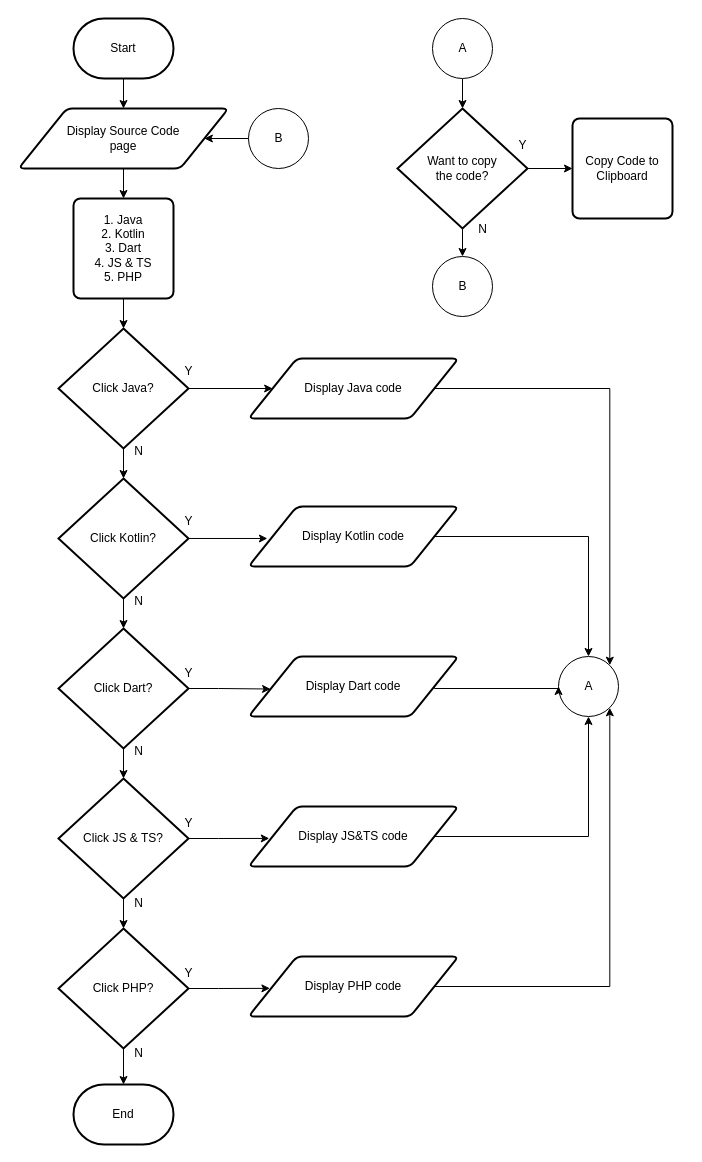
Above: page "Page - SC for Member" (9 of 14) of KP2.drawio in dapzz-id/DrawIO (draw.io), before the change. Source tidied: cells renumbered, new cells numbered last; positions are measured from the earlier drawing's top-left corner, leaving out a move shared by most shapes. Both pictures are drawn from the tidied source at 100%, with x=0, y=0 at pixel (18, 18).
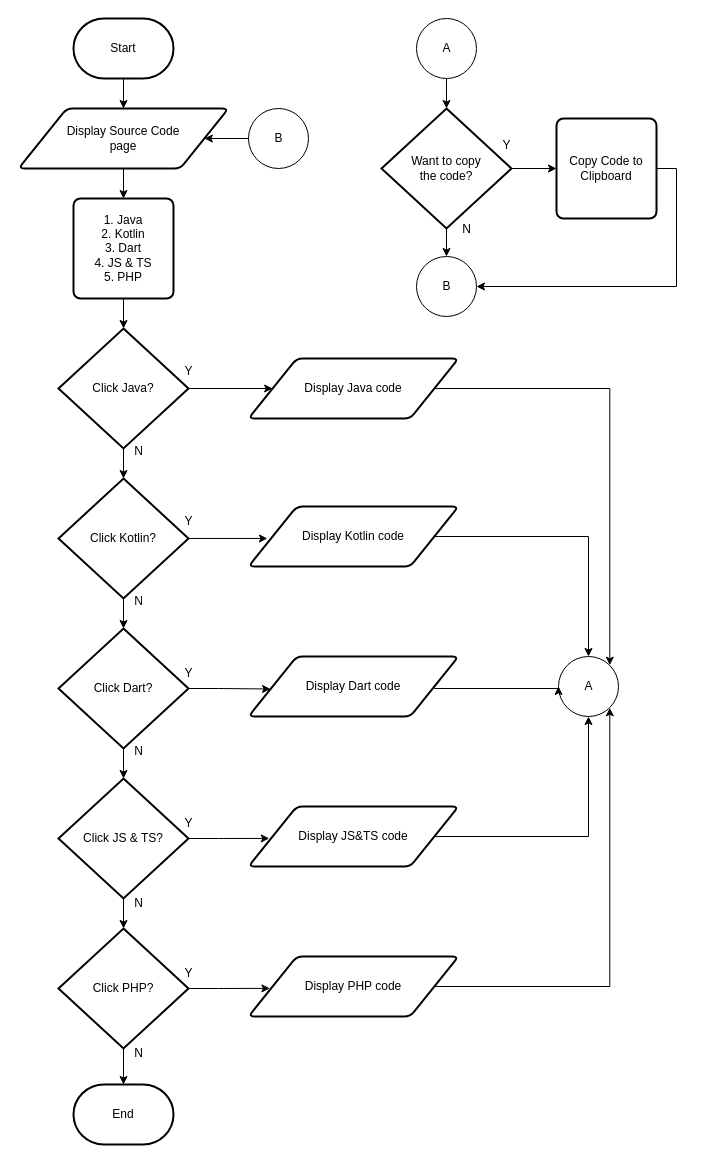
The same page after the edit.

What changed in the source:
```diff
@@
     <mxCell id="46" value="A" style="verticalLabelPosition=middle;verticalAlign=middle;html=1;shape=mxgraph.flowchart.on-page_reference;labelPosition=center;align=center;" parent="1" vertex="1">
-      <mxGeometry x="414" width="60" height="60" as="geometry" />
+      <mxGeometry x="398" width="60" height="60" as="geometry" />
     </mxCell>
@@
     <mxCell id="51" value="Want to copy&lt;div&gt;&lt;span style=&quot;background-color: transparent; color: light-dark(rgb(0, 0, 0), rgb(255, 255, 255));&quot;&gt;the code?&lt;/span&gt;&lt;/div&gt;" style="strokeWidth=2;html=1;shape=mxgraph.flowchart.decision;whiteSpace=wrap;" parent="1" vertex="1">
-      <mxGeometry x="379" y="90" width="130" height="120" as="geometry" />
+      <mxGeometry x="363" y="90" width="130" height="120" as="geometry" />
     </mxCell>
     <mxCell id="52" value="B" style="verticalLabelPosition=middle;verticalAlign=middle;html=1;shape=mxgraph.flowchart.on-page_reference;labelPosition=center;align=center;" parent="1" vertex="1">
-      <mxGeometry x="414" y="238" width="60" height="60" as="geometry" />
+      <mxGeometry x="398" y="238" width="60" height="60" as="geometry" />
     </mxCell>
     <mxCell id="53" value="N" style="text;html=1;align=center;verticalAlign=middle;strokeColor=none;fillColor=none;" parent="1" vertex="1">
-      <mxGeometry x="449" y="196" width="30" height="30" as="geometry" />
+      <mxGeometry x="433" y="196" width="30" height="30" as="geometry" />
     </mxCell>
     <mxCell id="54" value="Copy Code to&lt;div&gt;Clipboard&lt;/div&gt;" style="rounded=1;whiteSpace=wrap;html=1;absoluteArcSize=1;arcSize=14;strokeWidth=2;" parent="1" vertex="1">
-      <mxGeometry x="554" y="100" width="100" height="100" as="geometry" />
+      <mxGeometry x="538" y="100" width="100" height="100" as="geometry" />
     </mxCell>
     <mxCell id="55" value="Y" style="text;html=1;align=center;verticalAlign=middle;strokeColor=none;fillColor=none;" parent="1" vertex="1">
-      <mxGeometry x="489" y="112" width="30" height="30" as="geometry" />
+      <mxGeometry x="473" y="112" width="30" height="30" as="geometry" />
     </mxCell>
+    <mxCell id="56" style="edgeStyle=orthogonalEdgeStyle;rounded=0;jettySize=auto;html=1;exitX=1;exitY=0.5;exitDx=0;exitDy=0;entryX=1;entryY=0.5;entryDx=0;entryDy=0;entryPerimeter=0;" parent="1" edge="1" source="54" target="52">
+      <mxGeometry relative="1" as="geometry" />
+    </mxCell>
```
